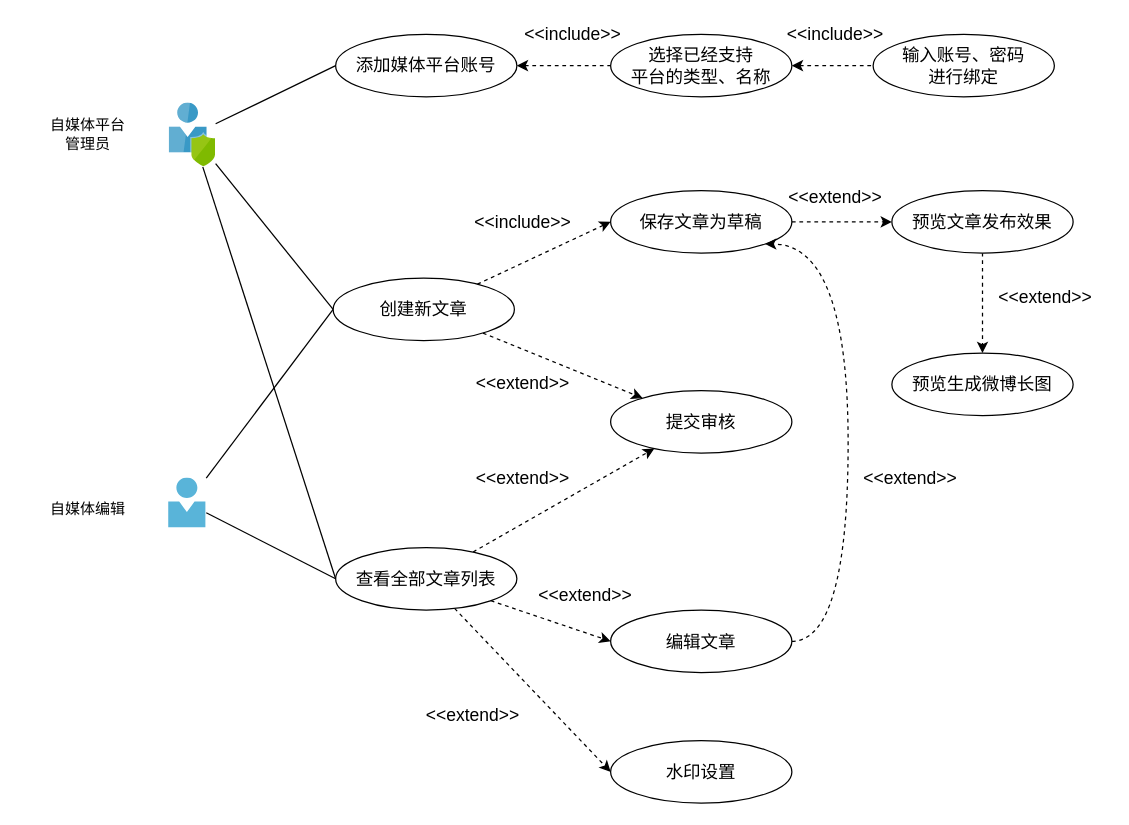
zan-press/diagram keeps this draw.io diagram as 1-SoftwareRequirements/ArticlePublisher/usercase.drawio. Above is the earlier version. Source tidied: cells renumbered, new cells numbered last; positions are measured from the earlier drawing's top-left corner, leaving out a move shared by most shapes. Both pictures are drawn from the tidied source at 125%, with x=0, y=0 at pixel (30, 21).
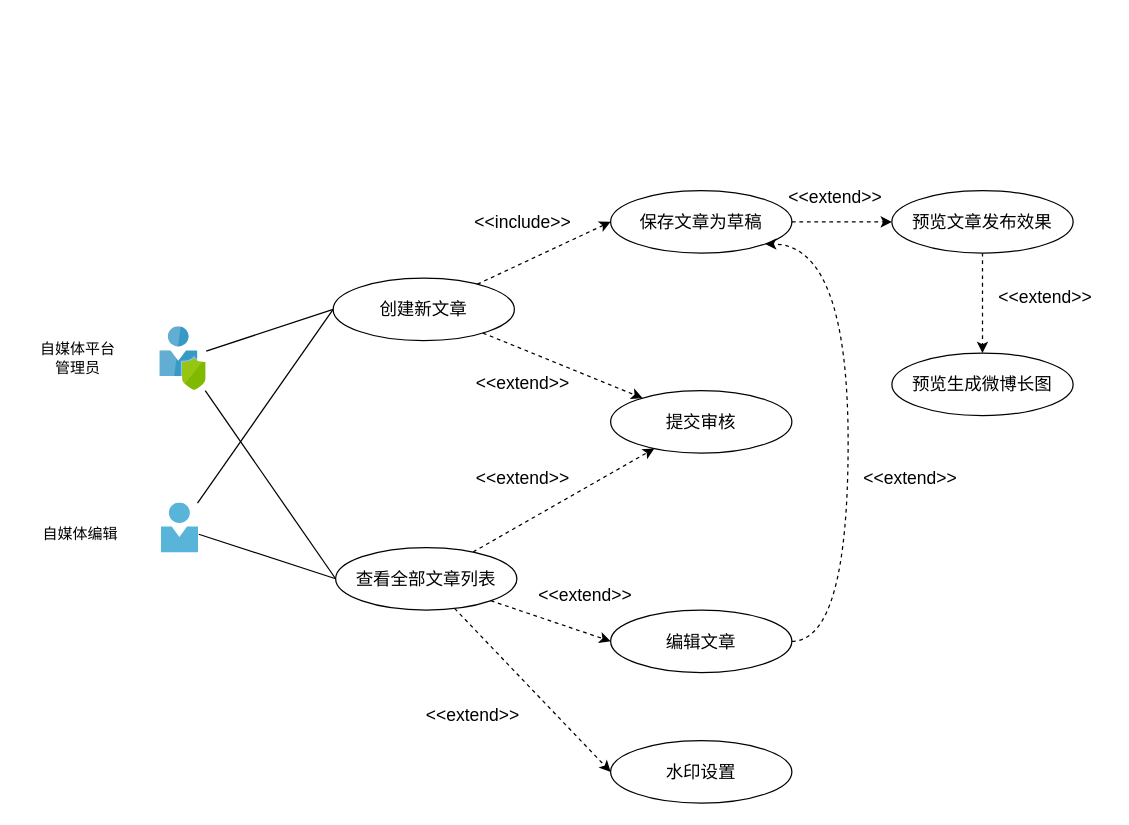
Above is the later version.

Commit message (it also covers changes not shown here):
Update article publisher user case

The edit, as a diff of the source:
```diff
@@
-    <mxCell id="2" style="edgeStyle=none;rounded=0;jettySize=auto;html=1;entryX=0;entryY=0.5;entryDx=0;entryDy=0;startArrow=none;startFill=0;endArrow=none;endFill=0;fontFamily=SF Mono;fontSize=14;" parent="1" edge="1" source="4" target="7">
-      <mxGeometry relative="1" as="geometry" />
-    </mxCell>
@@
     <mxCell id="4" style="html=1;points=[];align=center;image;fontSize=12;image=img/lib/mscae/User_Privacy.svg;" parent="1" vertex="1">
-      <mxGeometry x="111" y="65" width="37" height="51" as="geometry" />
+      <mxGeometry x="103.5" y="244" width="37" height="51" as="geometry" />
     </mxCell>
     <mxCell id="5" value="自媒体平台&lt;br&gt;管理员" style="text;html=1;strokeColor=none;fillColor=none;align=center;verticalAlign=middle;whiteSpace=wrap;rounded=0;fontFamily=SF Mono;fontStyle=0;" parent="1" vertex="1">
-      <mxGeometry x="0.5" y="75" width="90" height="30" as="geometry" />
+      <mxGeometry x="-7" y="254" width="90" height="30" as="geometry" />
     </mxCell>
-    <mxCell id="6" style="edgeStyle=orthogonalEdgeStyle;rounded=0;jettySize=auto;html=1;startArrow=classic;startFill=1;endArrow=none;endFill=0;dashed=1;" parent="1" edge="1" source="7" target="20">
-      <mxGeometry relative="1" as="geometry" />
-    </mxCell>
-    <mxCell id="7" value="添加媒体平台账号" style="ellipse;whiteSpace=wrap;html=1;fontFamily=SF Mono;fontSize=14;" parent="1" vertex="1">
-      <mxGeometry x="244" y="10" width="145" height="50" as="geometry" />
-    </mxCell>
@@
     <mxCell id="10" style="html=1;points=[];align=center;image;fontSize=12;image=img/lib/mscae/Person.svg;" parent="1" vertex="1">
-      <mxGeometry x="110.5" y="365" width="30" height="40" as="geometry" />
+      <mxGeometry x="104.5" y="385" width="30" height="40" as="geometry" />
     </mxCell>
     <mxCell id="11" value="自媒体编辑" style="text;html=1;strokeColor=none;fillColor=none;align=center;verticalAlign=middle;whiteSpace=wrap;rounded=0;fontFamily=SF Mono;fontStyle=0;" parent="1" vertex="1">
-      <mxGeometry x="0.5" y="375" width="90" height="30" as="geometry" />
+      <mxGeometry x="-5.5" y="395" width="90" height="30" as="geometry" />
     </mxCell>
@@
-    <mxCell id="19" style="edgeStyle=orthogonalEdgeStyle;rounded=0;jettySize=auto;html=1;exitX=1;exitY=0.5;exitDx=0;exitDy=0;entryX=0;entryY=0.5;entryDx=0;entryDy=0;dashed=1;startArrow=classic;startFill=1;endArrow=none;endFill=0;" parent="1" edge="1" source="20" target="21">
-      <mxGeometry relative="1" as="geometry" />
-    </mxCell>
-    <mxCell id="20" value="选择已经支持&lt;br&gt;平台的类型、名称" style="ellipse;whiteSpace=wrap;html=1;fontFamily=SF Mono;fontSize=14;" parent="1" vertex="1">
-      <mxGeometry x="464" y="10" width="145" height="50" as="geometry" />
-    </mxCell>
-    <mxCell id="21" value="输入账号、密码&lt;br&gt;进行绑定" style="ellipse;whiteSpace=wrap;html=1;fontFamily=SF Mono;fontSize=14;" parent="1" vertex="1">
-      <mxGeometry x="674" y="10" width="145" height="50" as="geometry" />
-    </mxCell>
-    <mxCell id="22" value="&amp;lt;&amp;lt;include&amp;gt;&amp;gt;" style="text;html=1;strokeColor=none;fillColor=none;align=center;verticalAlign=middle;whiteSpace=wrap;rounded=0;fontFamily=SF Mono;fontSize=14;rotation=0;" parent="1" vertex="1">
-      <mxGeometry x="384" width="100" height="20" as="geometry" />
-    </mxCell>
-    <mxCell id="23" value="&amp;lt;&amp;lt;include&amp;gt;&amp;gt;" style="text;html=1;strokeColor=none;fillColor=none;align=center;verticalAlign=middle;whiteSpace=wrap;rounded=0;fontFamily=SF Mono;fontSize=14;rotation=0;" parent="1" vertex="1">
-      <mxGeometry x="594" width="100" height="20" as="geometry" />
-    </mxCell>
```
